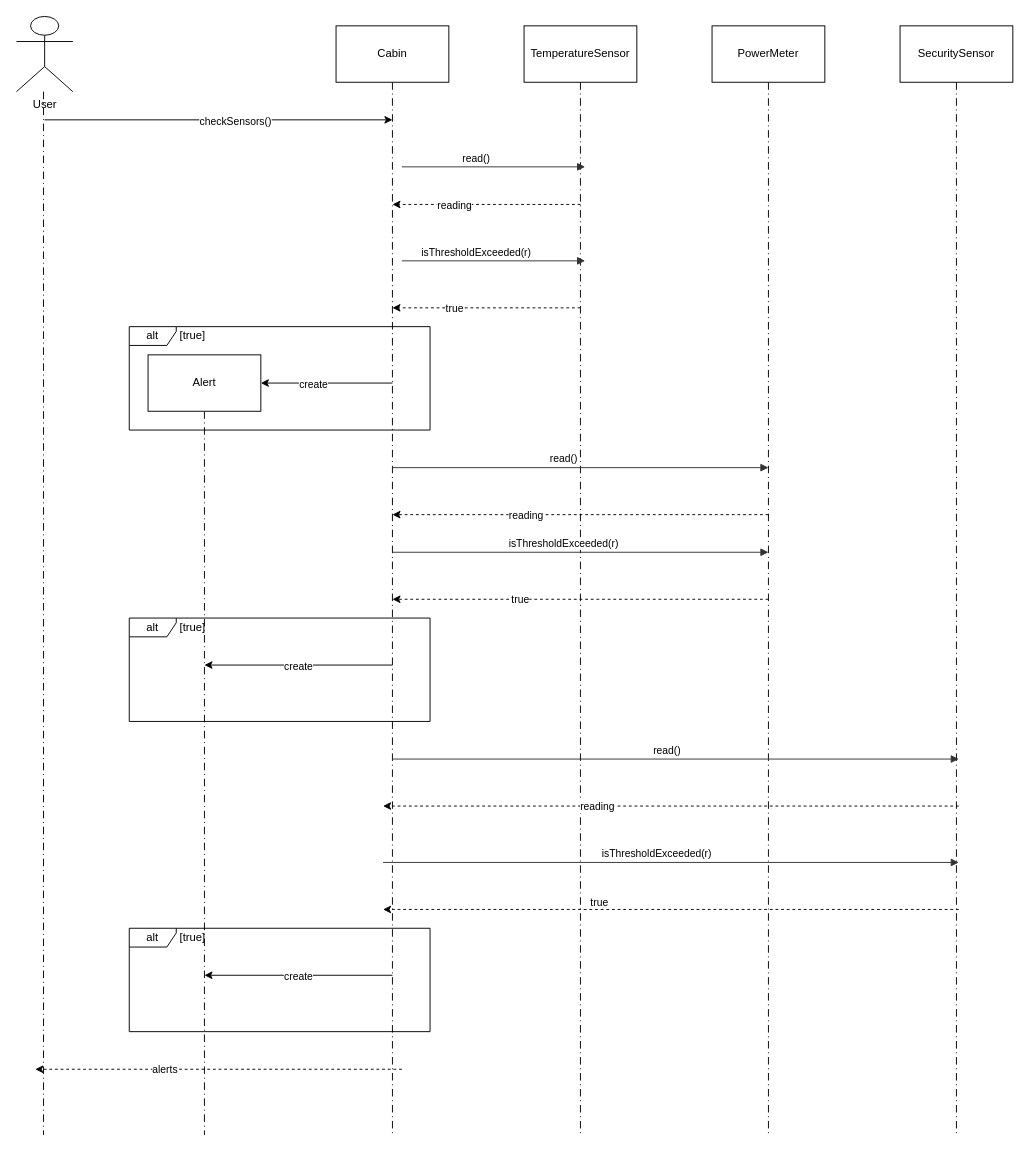
Before: project/diagrams/input/Sequence_diagram.drawio in Sergiu-Sturza/Assignment-1-Model-first-AI-second, a draw.io diagram. Source tidied: cells renumbered, new cells numbered last; positions are measured from the earlier drawing's top-left corner, leaving out a move shared by most shapes. Both pictures are drawn from the tidied source at 94%, with x=0, y=0 at pixel (16, 16).
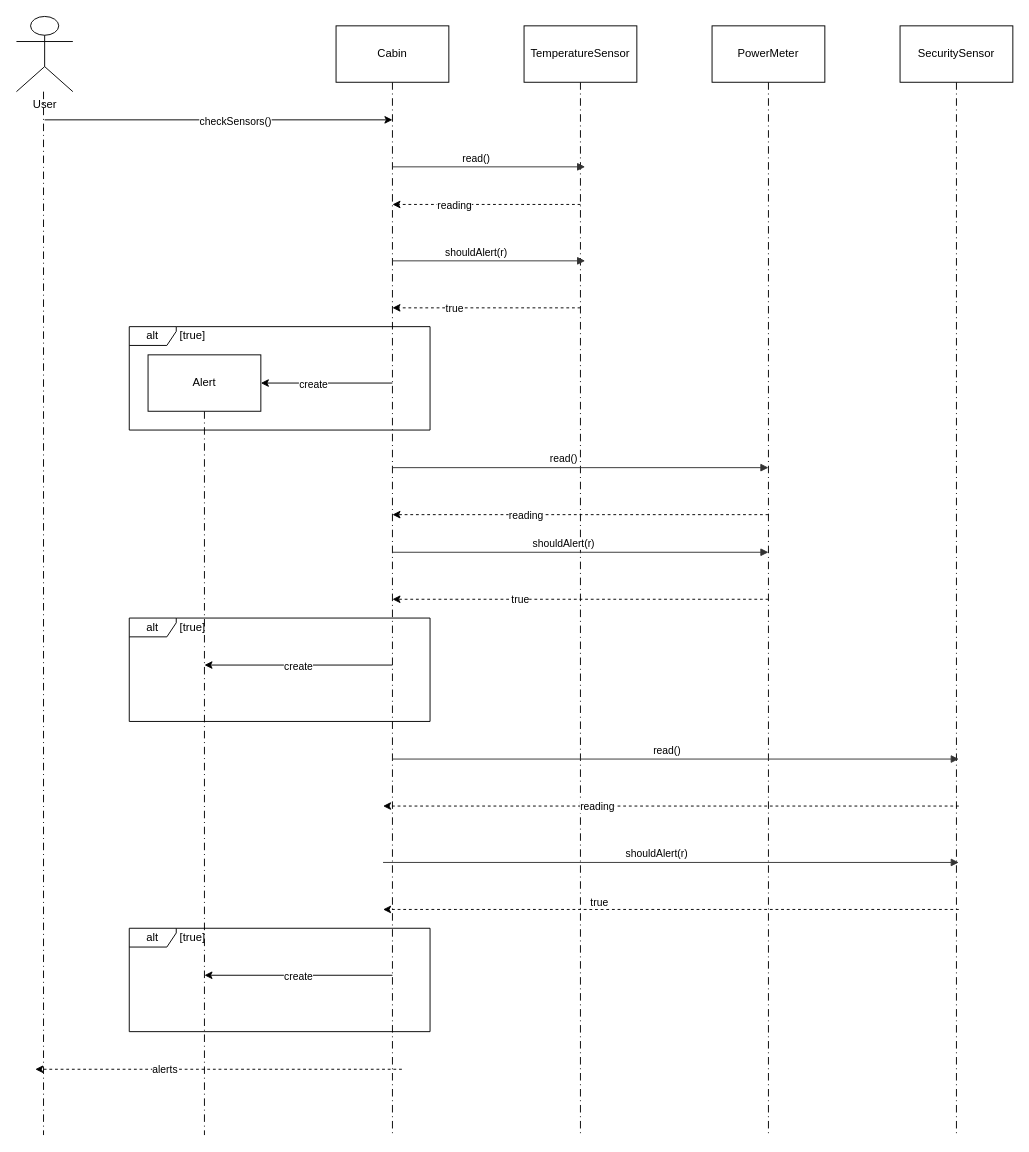
After the change.

Commit message:
update sequence og activity diagram

What changed in the source:
```diff
@@
     <mxCell id="11" value="read()" style="html=1;verticalAlign=bottom;endArrow=block;rounded=0;entryX=0.5;entryY=0.141;entryDx=0;entryDy=0;strokeColor=#333333;" parent="1" edge="1">
-      <mxGeometry x="-0.19" relative="1" as="geometry">
-        <mxPoint x="410" y="160" as="sourcePoint" />
+      <mxGeometry x="-0.13" relative="1" as="geometry">
+        <mxPoint x="400" y="160" as="sourcePoint" />
         <mxPoint x="605" y="160" as="targetPoint" />
       </mxGeometry>
     </mxCell>
@@
-    <mxCell id="19" value="isThresholdExceeded(r)" style="html=1;verticalAlign=bottom;endArrow=block;rounded=0;entryX=0.5;entryY=0.141;entryDx=0;entryDy=0;strokeColor=#333333;" parent="1" edge="1">
-      <mxGeometry x="-0.19" relative="1" as="geometry">
-        <mxPoint x="410" y="260" as="sourcePoint" />
+    <mxCell id="19" value="shouldAlert(r)" style="html=1;verticalAlign=bottom;endArrow=block;rounded=0;entryX=0.5;entryY=0.141;entryDx=0;entryDy=0;strokeColor=#333333;" parent="1" edge="1">
+      <mxGeometry x="-0.13" relative="1" as="geometry">
+        <mxPoint x="400" y="260" as="sourcePoint" />
         <mxPoint x="605" y="260" as="targetPoint" />
       </mxGeometry>
     </mxCell>
@@
-    <mxCell id="25" value="isThresholdExceeded(r)" style="html=1;verticalAlign=bottom;endArrow=block;rounded=0;strokeColor=#333333;" parent="1" edge="1">
+    <mxCell id="25" value="shouldAlert(r)" style="html=1;verticalAlign=bottom;endArrow=block;rounded=0;strokeColor=#333333;" parent="1" edge="1">
       <mxGeometry x="-0.09" relative="1" as="geometry">
         <mxPoint x="400" y="570" as="sourcePoint" />
         <mxPoint x="800" y="570" as="targetPoint" />
       </mxGeometry>
     </mxCell>
@@
-    <mxCell id="31" value="isThresholdExceeded(r)" style="html=1;verticalAlign=bottom;endArrow=block;rounded=0;strokeColor=#333333;" parent="1" edge="1">
+    <mxCell id="31" value="shouldAlert(r)" style="html=1;verticalAlign=bottom;endArrow=block;rounded=0;strokeColor=#333333;" parent="1" edge="1">
       <mxGeometry x="-0.05" relative="1" as="geometry">
         <mxPoint x="390" y="900" as="sourcePoint" />
         <mxPoint x="1002.5" y="900" as="targetPoint" />
       </mxGeometry>
     </mxCell>
```
